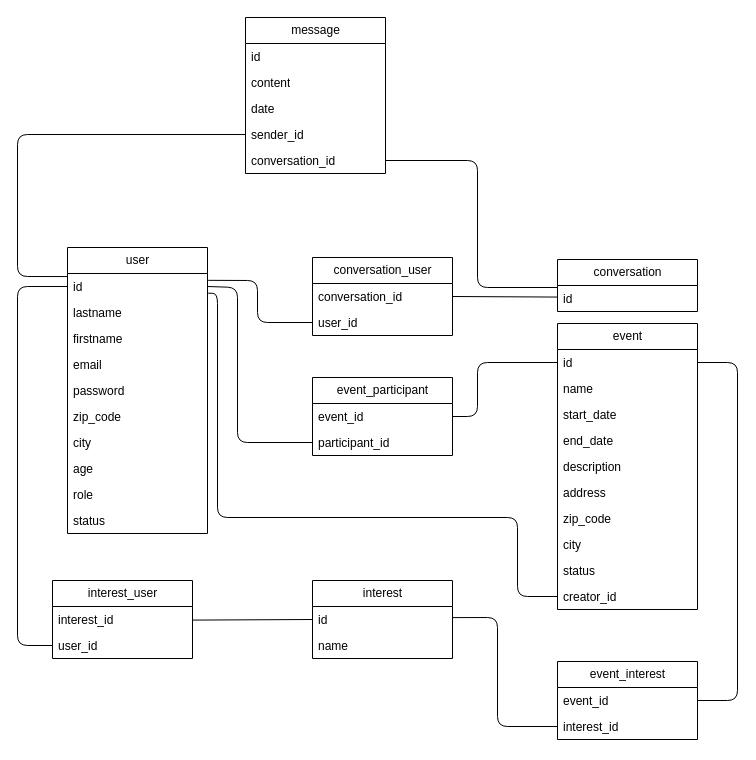
Earlier version of the draw.io diagram conception/database_modelling/MLD/mld.drawio (LunaireFlare/orizon). Source tidied: cells renumbered, new cells numbered last; positions are measured from the earlier drawing's top-left corner, leaving out a move shared by most shapes. Both pictures are drawn from the tidied source at 100%, with x=0, y=0 at pixel (17, 17).
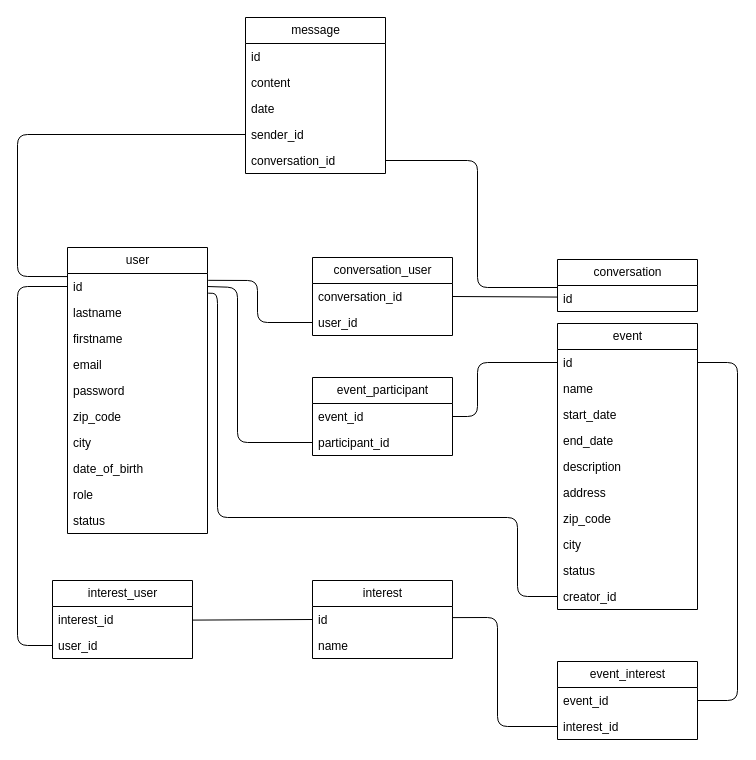
After the change.

The change refers to these unchanged cells:
```xml
<mxCell id="2" value="user" style="swimlane;fontStyle=0;horizontal=1;startSize=26;fillColor=none;html=1;" parent="1" vertex="1">
  <mxGeometry x="50" y="230" width="140" height="286" as="geometry" />
</mxCell>
```

What changed in the source:
```diff
@@
-    <mxCell id="10" value="age" style="text;strokeColor=none;fillColor=none;align=left;verticalAlign=top;spacingLeft=4;spacingRight=4;overflow=hidden;whiteSpace=wrap;html=1;" parent="2" vertex="1">
+    <mxCell id="10" value="date_of_birth" style="text;strokeColor=none;fillColor=none;align=left;verticalAlign=top;spacingLeft=4;spacingRight=4;overflow=hidden;whiteSpace=wrap;html=1;" parent="2" vertex="1">
       <mxGeometry y="208" width="140" height="26" as="geometry" />
     </mxCell>
```
